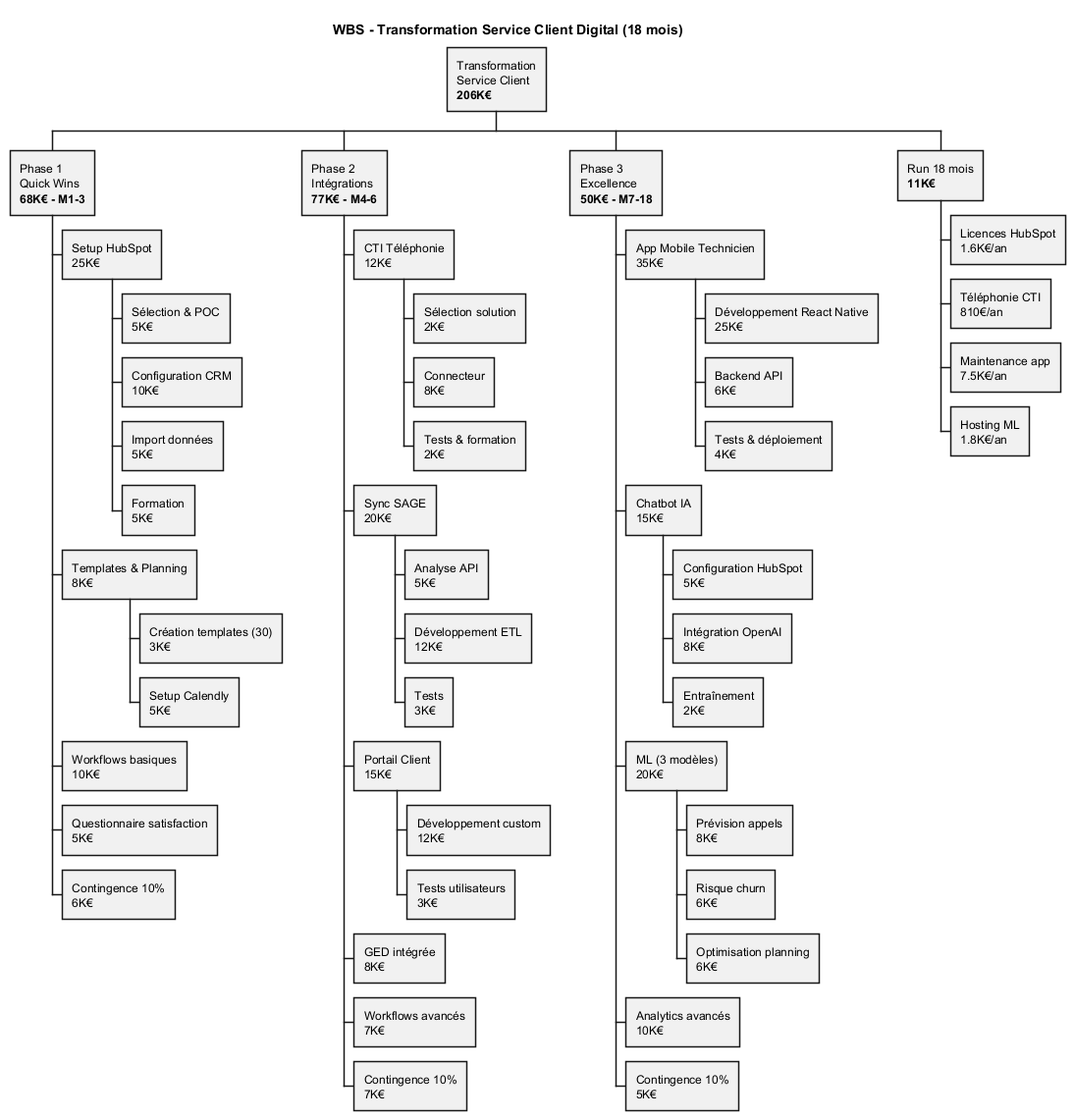
This is Services/Service-Client/uml/png/WBS_Transformation_Service_Client.png from JordanSerafini/Audit_Duret, a PlantUML export, as it was before one commit.
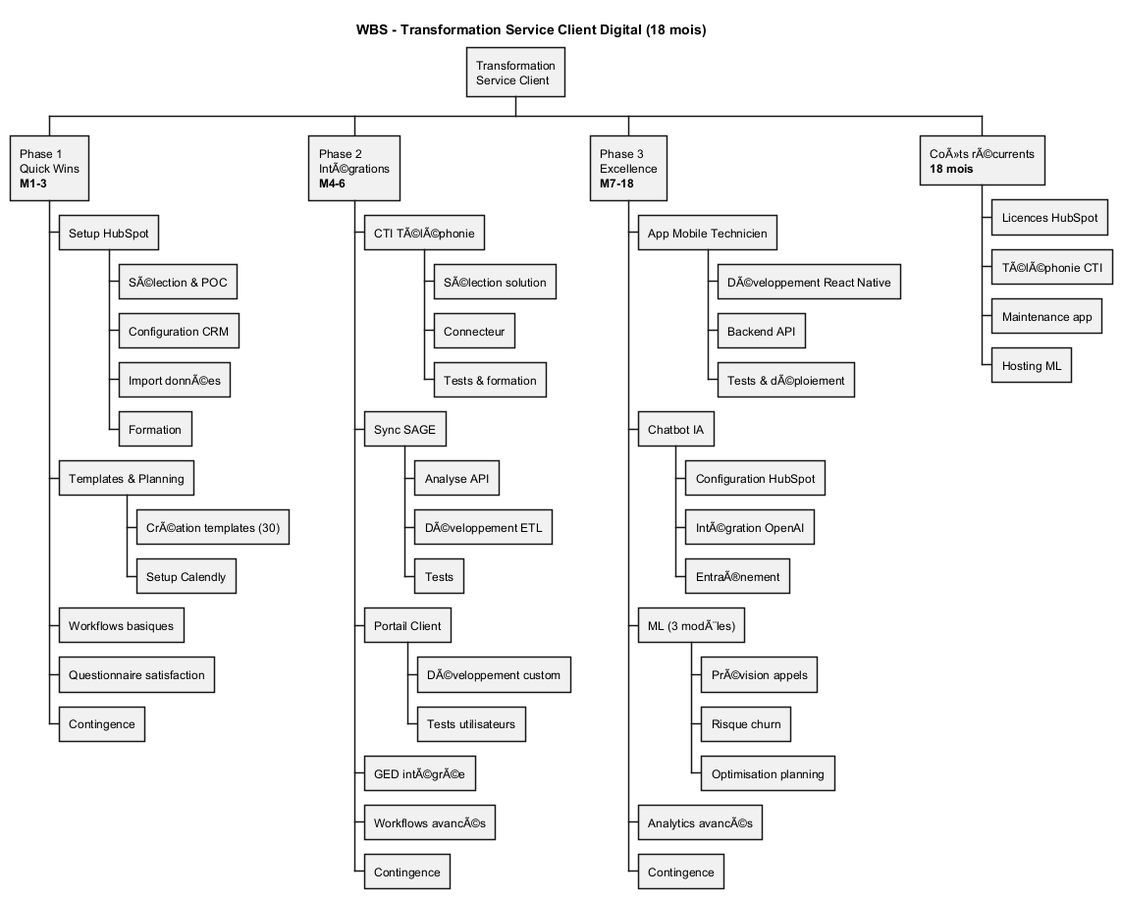
The same file after the commit.

Change to the diagram source:
```diff
@@ -2,56 +2,56 @@
 
 title WBS - Transformation Service Client Digital (18 mois)
 
-* Transformation\nService Client\n**206K€**
-** Phase 1\nQuick Wins\n**68K€ - M1-3**
-*** Setup HubSpot\n25K€
-**** Sélection & POC\n5K€
-**** Configuration CRM\n10K€
-**** Import données\n5K€
-**** Formation\n5K€
-*** Templates & Planning\n8K€
-**** Création templates (30)\n3K€
-**** Setup Calendly\n5K€
-*** Workflows basiques\n10K€
-*** Questionnaire satisfaction\n5K€
-*** Contingence 10%\n6K€
+* Transformation\nService Client
+** Phase 1\nQuick Wins\n**M1-3**
+*** Setup HubSpot
+**** SÃ©lection & POC
+**** Configuration CRM
+**** Import donnÃ©es
+**** Formation
+*** Templates & Planning
+**** CrÃ©ation templates (30)
+**** Setup Calendly
+*** Workflows basiques
+*** Questionnaire satisfaction
+*** Contingence
 
-** Phase 2\nIntégrations\n**77K€ - M4-6**
-*** CTI Téléphonie\n12K€
-**** Sélection solution\n2K€
-**** Connecteur\n8K€
-**** Tests & formation\n2K€
-*** Sync SAGE\n20K€
-**** Analyse API\n5K€
-**** Développement ETL\n12K€
-**** Tests\n3K€
-*** Portail Client\n15K€
-**** Développement custom\n12K€
-**** Tests utilisateurs\n3K€
-*** GED intégrée\n8K€
-*** Workflows avancés\n7K€
-*** Contingence 10%\n7K€
+** Phase 2\nIntÃ©grations\n**M4-6**
+*** CTI TÃ©lÃ©phonie
+**** SÃ©lection solution
+**** Connecteur
+**** Tests & formation
+*** Sync SAGE
+**** Analyse API
+**** DÃ©veloppement ETL
+**** Tests
+*** Portail Client
+**** DÃ©veloppement custom
+**** Tests utilisateurs
+*** GED intÃ©grÃ©e
+*** Workflows avancÃ©s
+*** Contingence
 
-** Phase 3\nExcellence\n**50K€ - M7-18**
-*** App Mobile Technicien\n35K€
-**** Développement React Native\n25K€
-**** Backend API\n6K€
-**** Tests & déploiement\n4K€
-*** Chatbot IA\n15K€
-**** Configuration HubSpot\n5K€
-**** Intégration OpenAI\n8K€
-**** Entraînement\n2K€
-*** ML (3 modèles)\n20K€
-**** Prévision appels\n8K€
-**** Risque churn\n6K€
-**** Optimisation planning\n6K€
-*** Analytics avancés\n10K€
-*** Contingence 10%\n5K€
+** Phase 3\nExcellence\n**M7-18**
+*** App Mobile Technicien
+**** DÃ©veloppement React Native
+**** Backend API
+**** Tests & dÃ©ploiement
+*** Chatbot IA
+**** Configuration HubSpot
+**** IntÃ©gration OpenAI
+**** EntraÃ®nement
+*** ML (3 modÃ¨les)
+**** PrÃ©vision appels
+**** Risque churn
+**** Optimisation planning
+*** Analytics avancÃ©s
+*** Contingence
 
-** Run 18 mois\n**11K€**
-*** Licences HubSpot\n1.6K€/an
-*** Téléphonie CTI\n810€/an
-*** Maintenance app\n7.5K€/an
-*** Hosting ML\n1.8K€/an
+** CoÃ»ts rÃ©currents\n**18 mois**
+*** Licences HubSpot
+*** TÃ©lÃ©phonie CTI
+*** Maintenance app
+*** Hosting ML
 
 @endwbs
```
